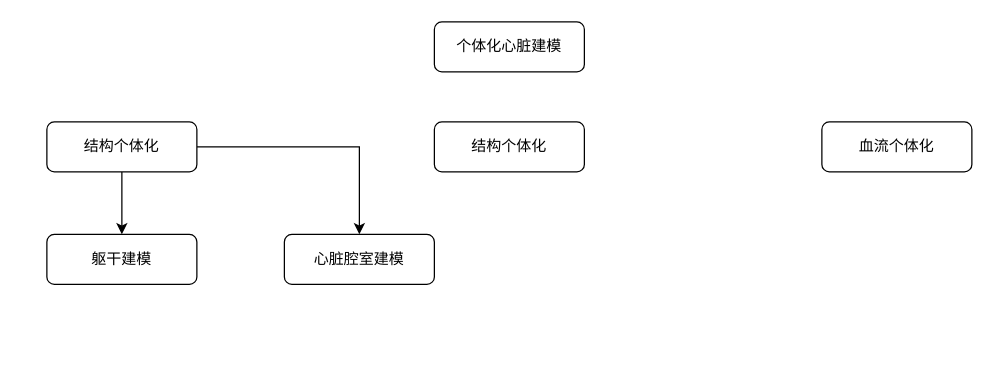
The draw.io diagram indi.drawio in Vingoooo/Individual, before the edit. Source tidied: cells renumbered, new cells numbered last; positions are measured from the earlier drawing's top-left corner, leaving out a move shared by most shapes. Both pictures are drawn from the tidied source at 125%, with x=0, y=0 at pixel (46, 21).
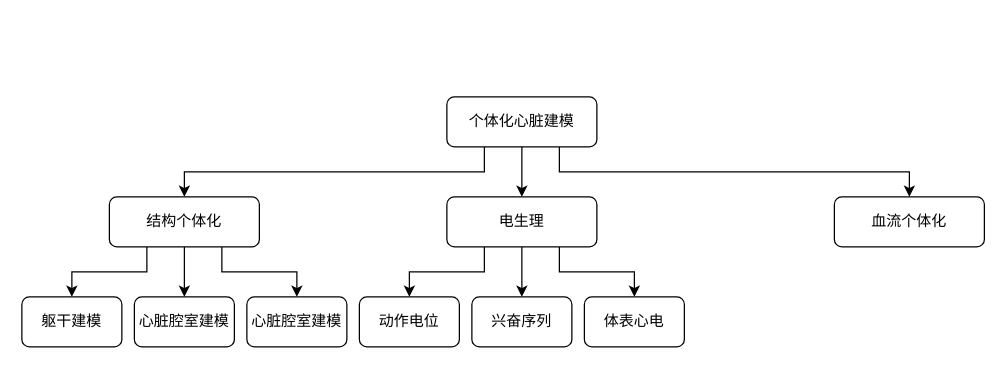
The same page after the edit.

What changed in the source:
```diff
@@
-    <mxCell id="2" style="edgeStyle=orthogonalEdgeStyle;rounded=0;jettySize=auto;html=1;exitX=1;exitY=0.5;exitDx=0;exitDy=0;entryX=0.5;entryY=0;entryDx=0;entryDy=0;" parent="1" edge="1" source="4" target="9">
+    <mxCell id="2" style="edgeStyle=orthogonalEdgeStyle;rounded=0;jettySize=auto;html=1;entryX=0.5;entryY=0;entryDx=0;entryDy=0;exitX=0.5;exitY=1;exitDx=0;exitDy=0;" parent="1" edge="1" source="4" target="9">
       <mxGeometry relative="1" as="geometry" />
     </mxCell>
-    <mxCell id="3" style="edgeStyle=orthogonalEdgeStyle;shape=connector;rounded=0;jettySize=auto;html=1;exitX=0.5;exitY=1;exitDx=0;exitDy=0;entryX=0.5;entryY=0;entryDx=0;entryDy=0;strokeColor=default;align=center;verticalAlign=middle;fontFamily=Helvetica;fontSize=11;fontColor=default;labelBackgroundColor=default;endArrow=classic;" parent="1" edge="1" source="4" target="8">
+    <mxCell id="3" style="edgeStyle=orthogonalEdgeStyle;shape=connector;rounded=0;jettySize=auto;html=1;entryX=0.5;entryY=0;entryDx=0;entryDy=0;strokeColor=default;align=center;verticalAlign=middle;fontFamily=Helvetica;fontSize=11;fontColor=default;labelBackgroundColor=default;endArrow=classic;exitX=0.25;exitY=1;exitDx=0;exitDy=0;" parent="1" edge="1" source="4" target="8">
       <mxGeometry relative="1" as="geometry" />
     </mxCell>
+    <mxCell id="10" style="edgeStyle=orthogonalEdgeStyle;rounded=0;jettySize=auto;html=1;exitX=0.75;exitY=1;exitDx=0;exitDy=0;entryX=0.5;entryY=0;entryDx=0;entryDy=0;" parent="1" edge="1" source="4" target="17">
+      <mxGeometry relative="1" as="geometry" />
+    </mxCell>
     <mxCell id="4" value="结构个体化" style="rounded=1;whiteSpace=wrap;html=1;fontSize=12;glass=0;strokeWidth=1;shadow=0;" parent="1" vertex="1">
-      <mxGeometry y="80" width="120" height="40" as="geometry" />
+      <mxGeometry x="50" y="140" width="120" height="40" as="geometry" />
     </mxCell>
+    <mxCell id="11" style="edgeStyle=orthogonalEdgeStyle;rounded=0;jettySize=auto;html=1;exitX=0.25;exitY=1;exitDx=0;exitDy=0;" parent="1" edge="1" source="5" target="4">
+      <mxGeometry relative="1" as="geometry" />
+    </mxCell>
+    <mxCell id="12" style="edgeStyle=orthogonalEdgeStyle;rounded=0;jettySize=auto;html=1;exitX=0.5;exitY=1;exitDx=0;exitDy=0;entryX=0.5;entryY=0;entryDx=0;entryDy=0;" parent="1" edge="1" source="5" target="6">
+      <mxGeometry relative="1" as="geometry" />
+    </mxCell>
+    <mxCell id="13" style="edgeStyle=orthogonalEdgeStyle;rounded=0;jettySize=auto;html=1;exitX=0.75;exitY=1;exitDx=0;exitDy=0;" parent="1" edge="1" source="5" target="7">
+      <mxGeometry relative="1" as="geometry" />
+    </mxCell>
     <mxCell id="5" value="个体化心脏建模" style="rounded=1;whiteSpace=wrap;html=1;fontSize=12;glass=0;strokeWidth=1;shadow=0;" parent="1" vertex="1">
-      <mxGeometry x="310" width="120" height="40" as="geometry" />
+      <mxGeometry x="320" y="60" width="120" height="40" as="geometry" />
     </mxCell>
+    <mxCell id="14" style="edgeStyle=orthogonalEdgeStyle;rounded=0;jettySize=auto;html=1;exitX=0.25;exitY=1;exitDx=0;exitDy=0;entryX=0.5;entryY=0;entryDx=0;entryDy=0;" parent="1" edge="1" source="6" target="18">
+      <mxGeometry relative="1" as="geometry" />
+    </mxCell>
+    <mxCell id="15" style="edgeStyle=orthogonalEdgeStyle;rounded=0;jettySize=auto;html=1;exitX=0.5;exitY=1;exitDx=0;exitDy=0;entryX=0.5;entryY=0;entryDx=0;entryDy=0;" parent="1" edge="1" source="6" target="19">
+      <mxGeometry relative="1" as="geometry" />
+    </mxCell>
+    <mxCell id="16" style="edgeStyle=orthogonalEdgeStyle;rounded=0;jettySize=auto;html=1;exitX=0.75;exitY=1;exitDx=0;exitDy=0;" parent="1" edge="1" source="6" target="20">
+      <mxGeometry relative="1" as="geometry" />
+    </mxCell>
-    <mxCell id="6" value="结构个体化" style="rounded=1;whiteSpace=wrap;html=1;fontSize=12;glass=0;strokeWidth=1;shadow=0;" parent="1" vertex="1">
-      <mxGeometry x="310" y="80" width="120" height="40" as="geometry" />
+    <mxCell id="6" value="电生理" style="rounded=1;whiteSpace=wrap;html=1;fontSize=12;glass=0;strokeWidth=1;shadow=0;" parent="1" vertex="1">
+      <mxGeometry x="320" y="140" width="120" height="40" as="geometry" />
     </mxCell>
     <mxCell id="7" value="血流个体化" style="rounded=1;whiteSpace=wrap;html=1;fontSize=12;glass=0;strokeWidth=1;shadow=0;" parent="1" vertex="1">
-      <mxGeometry x="620" y="80" width="120" height="40" as="geometry" />
+      <mxGeometry x="630" y="140" width="120" height="40" as="geometry" />
     </mxCell>
     <mxCell id="8" value="躯干建模" style="rounded=1;whiteSpace=wrap;html=1;fontSize=12;glass=0;strokeWidth=1;shadow=0;" parent="1" vertex="1">
-      <mxGeometry y="170" width="120" height="40" as="geometry" />
+      <mxGeometry x="-20" y="220" width="80" height="40" as="geometry" />
     </mxCell>
     <mxCell id="9" value="心脏腔室建模" style="rounded=1;whiteSpace=wrap;html=1;fontSize=12;glass=0;strokeWidth=1;shadow=0;" parent="1" vertex="1">
-      <mxGeometry x="190" y="170" width="120" height="40" as="geometry" />
+      <mxGeometry x="70" y="220" width="80" height="40" as="geometry" />
     </mxCell>
+    <mxCell id="17" value="心脏腔室建模" style="rounded=1;whiteSpace=wrap;html=1;fontSize=12;glass=0;strokeWidth=1;shadow=0;" parent="1" vertex="1">
+      <mxGeometry x="160" y="220" width="80" height="40" as="geometry" />
+    </mxCell>
+    <mxCell id="18" value="动作电位" style="rounded=1;whiteSpace=wrap;html=1;fontSize=12;glass=0;strokeWidth=1;shadow=0;" parent="1" vertex="1">
+      <mxGeometry x="250" y="220" width="80" height="40" as="geometry" />
+    </mxCell>
+    <mxCell id="19" value="兴奋序列" style="rounded=1;whiteSpace=wrap;html=1;fontSize=12;glass=0;strokeWidth=1;shadow=0;" parent="1" vertex="1">
+      <mxGeometry x="340" y="220" width="80" height="40" as="geometry" />
+    </mxCell>
+    <mxCell id="20" value="体表心电" style="rounded=1;whiteSpace=wrap;html=1;fontSize=12;glass=0;strokeWidth=1;shadow=0;" parent="1" vertex="1">
+      <mxGeometry x="430" y="220" width="80" height="40" as="geometry" />
+    </mxCell>
```
